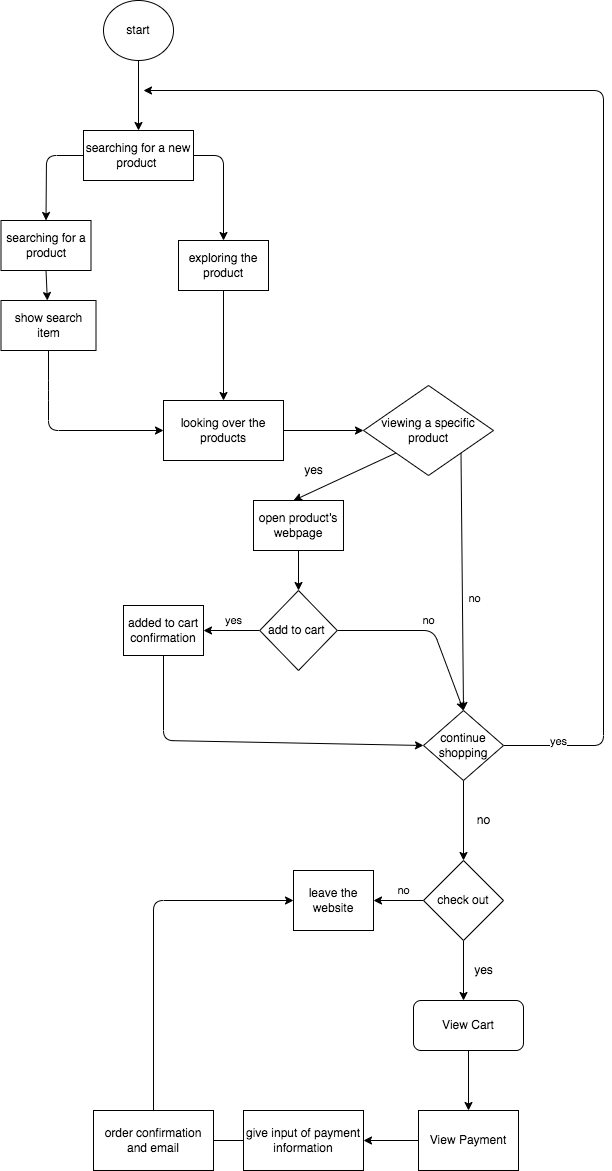
Above: explore/diagramming/diagram.drawio.png in YGnina/fa22-cse110-lab4 (draw.io), before the change. Source tidied: cells renumbered, new cells last; positions are measured from the earlier drawing's top-left corner, leaving out a move shared by most shapes.
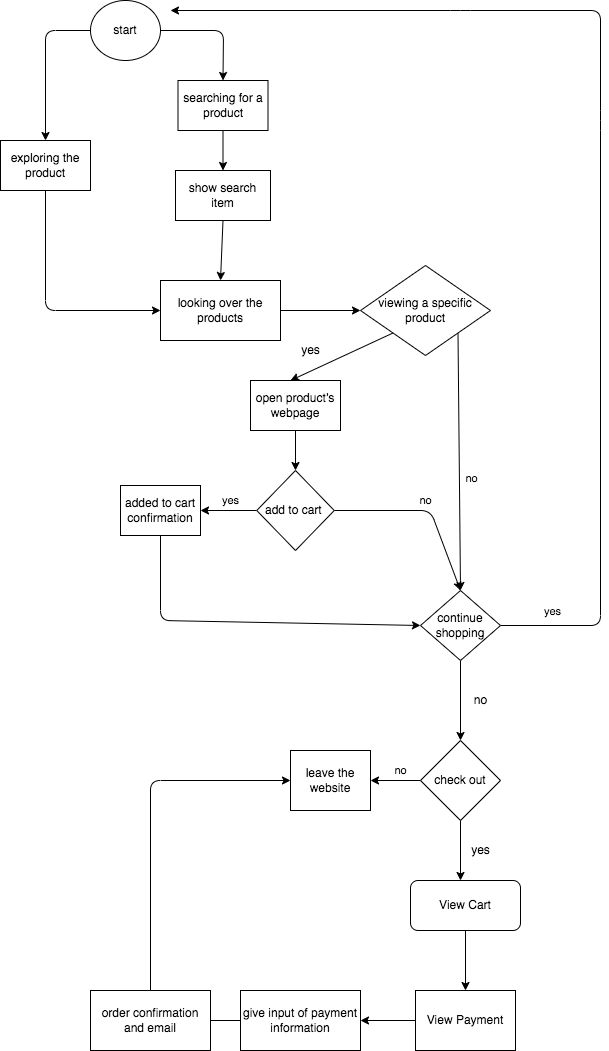
After the change.

Commit message:
little change on diagram

What changed in the source:
```diff
@@ -2,23 +2,25 @@
   <root>
     <mxCell id="0" />
     <mxCell id="1" parent="0" />
-    <mxCell id="2" style="edgeStyle=none;html=1;exitX=0.5;exitY=1;exitDx=0;exitDy=0;entryX=0.5;entryY=0;entryDx=0;entryDy=0;" parent="1" edge="1" source="3" target="30">
-      <mxGeometry relative="1" as="geometry" />
+    <mxCell id="2" style="edgeStyle=none;html=1;exitX=0.5;exitY=1;exitDx=0;exitDy=0;entryX=0.5;entryY=0;entryDx=0;entryDy=0;" parent="1" edge="1" source="3">
+      <mxGeometry relative="1" as="geometry">
+        <mxPoint x="137" y="130" as="targetPoint" />
+      </mxGeometry>
     </mxCell>
     <mxCell id="3" value="start" style="ellipse;whiteSpace=wrap;html=1;" parent="1" vertex="1">
-      <mxGeometry x="102" width="70" height="60" as="geometry" />
+      <mxGeometry x="92" y="120" width="70" height="60" as="geometry" />
     </mxCell>
-    <mxCell id="4" style="endArrow=classic;html=1;exitX=0;exitY=0.5;exitDx=0;exitDy=0;entryX=0.5;entryY=0;entryDx=0;entryDy=0;" parent="1" edge="1" source="30" target="7">
+    <mxCell id="4" style="endArrow=classic;html=1;exitX=0;exitY=0.5;exitDx=0;exitDy=0;entryX=0.5;entryY=0;entryDx=0;entryDy=0;" parent="1" edge="1" source="3" target="9">
       <mxGeometry relative="1" as="geometry">
         <Array as="points">
-          <mxPoint x="45" y="155" />
+          <mxPoint x="47" y="150" />
         </Array>
       </mxGeometry>
     </mxCell>
-    <mxCell id="5" style="endArrow=classic;html=1;exitX=1;exitY=0.5;exitDx=0;exitDy=0;entryX=0.5;entryY=0;entryDx=0;entryDy=0;" parent="1" edge="1" source="30" target="9">
+    <mxCell id="5" style="endArrow=classic;html=1;exitX=1;exitY=0.5;exitDx=0;exitDy=0;entryX=0.5;entryY=0;entryDx=0;entryDy=0;" parent="1" edge="1" source="3" target="7">
       <mxGeometry relative="1" as="geometry">
         <Array as="points">
-          <mxPoint x="222" y="155" />
+          <mxPoint x="225" y="150" />
         </Array>
       </mxGeometry>
     </mxCell>
@@ -26,24 +28,23 @@
       <mxGeometry relative="1" as="geometry" />
     </mxCell>
     <mxCell id="7" value="searching for a product" style="rounded=0;whiteSpace=wrap;html=1;" parent="1" vertex="1">
-      <mxGeometry x="-0.5" y="220" width="90" height="50" as="geometry" />
+      <mxGeometry x="179.5" y="200" width="90" height="50" as="geometry" />
     </mxCell>
     <mxCell id="8" style="edgeStyle=none;html=1;exitX=0.5;exitY=1;exitDx=0;exitDy=0;" parent="1" edge="1" source="9" target="13">
-      <mxGeometry relative="1" as="geometry" />
+      <mxGeometry relative="1" as="geometry">
+        <Array as="points">
+          <mxPoint x="47" y="430" />
+        </Array>
+      </mxGeometry>
     </mxCell>
     <mxCell id="9" value="&lt;span&gt;exploring the product&lt;/span&gt;" style="rounded=0;whiteSpace=wrap;html=1;" parent="1" vertex="1">
-      <mxGeometry x="177" y="240" width="90" height="50" as="geometry" />
+      <mxGeometry x="2" y="260" width="90" height="50" as="geometry" />
     </mxCell>
-    <mxCell id="10" style="edgeStyle=none;html=1;exitX=0.5;exitY=1;exitDx=0;exitDy=0;entryX=0;entryY=0.5;entryDx=0;entryDy=0;" parent="1" edge="1" source="11" target="13">
-      <mxGeometry relative="1" as="geometry">
-        <Array as="points">
-          <mxPoint x="47" y="390" />
-          <mxPoint x="47" y="430" />
-        </Array>
-      </mxGeometry>
+    <mxCell id="10" style="edgeStyle=none;html=1;exitX=0.5;exitY=1;exitDx=0;exitDy=0;entryX=0.5;entryY=0;entryDx=0;entryDy=0;" parent="1" edge="1" source="11" target="13">
+      <mxGeometry relative="1" as="geometry" />
     </mxCell>
     <mxCell id="11" value="show search item" style="rounded=0;whiteSpace=wrap;html=1;" parent="1" vertex="1">
-      <mxGeometry x="-0.5" y="300" width="95" height="50" as="geometry" />
+      <mxGeometry x="177" y="290" width="95" height="50" as="geometry" />
     </mxCell>
     <mxCell id="12" style="edgeStyle=none;html=1;exitX=1;exitY=0.5;exitDx=0;exitDy=0;" parent="1" edge="1" source="13" target="17">
       <mxGeometry relative="1" as="geometry" />
@@ -78,16 +79,18 @@
     </mxCell>
     <mxCell id="21" style="edgeStyle=none;html=1;exitX=1;exitY=0.5;exitDx=0;exitDy=0;" parent="1" edge="1" source="24">
       <mxGeometry relative="1" as="geometry">
-        <mxPoint x="142" y="90" as="targetPoint" />
+        <mxPoint x="172" y="130" as="targetPoint" />
         <Array as="points">
           <mxPoint x="602" y="745" />
-          <mxPoint x="602" y="90" />
+          <mxPoint x="602" y="240" />
+          <mxPoint x="602" y="130" />
+          <mxPoint x="462" y="130" />
         </Array>
       </mxGeometry>
     </mxCell>
     <mxCell id="22" value="yes" style="edgeLabel;html=1;align=center;verticalAlign=middle;" parent="21" vertex="1">
       <mxGeometry x="-0.91" relative="1" as="geometry">
-        <mxPoint y="-5" as="offset" />
+        <mxPoint y="-15" as="offset" />
       </mxGeometry>
     </mxCell>
     <mxCell id="23" style="edgeStyle=none;html=1;exitX=0.5;exitY=1;exitDx=0;exitDy=0;entryX=0.5;entryY=0;entryDx=0;entryDy=0;" parent="1" edge="1" source="24" target="34">
@@ -121,9 +124,6 @@
     <mxCell id="29" value="added to cart confirmation" style="rounded=0;whiteSpace=wrap;html=1;" parent="1" vertex="1">
       <mxGeometry x="122" y="605" width="80" height="50" as="geometry" />
     </mxCell>
-    <mxCell id="30" value="searching for a new product&amp;nbsp;" style="rounded=0;whiteSpace=wrap;html=1;" parent="1" vertex="1">
-      <mxGeometry x="82" y="130" width="110" height="50" as="geometry" />
-    </mxCell>
     <mxCell id="31" value="no" style="text;html=1;align=center;verticalAlign=middle;strokeColor=none;fillColor=none;" parent="1" vertex="1">
       <mxGeometry x="467" y="810" width="30" height="20" as="geometry" />
     </mxCell>
```
